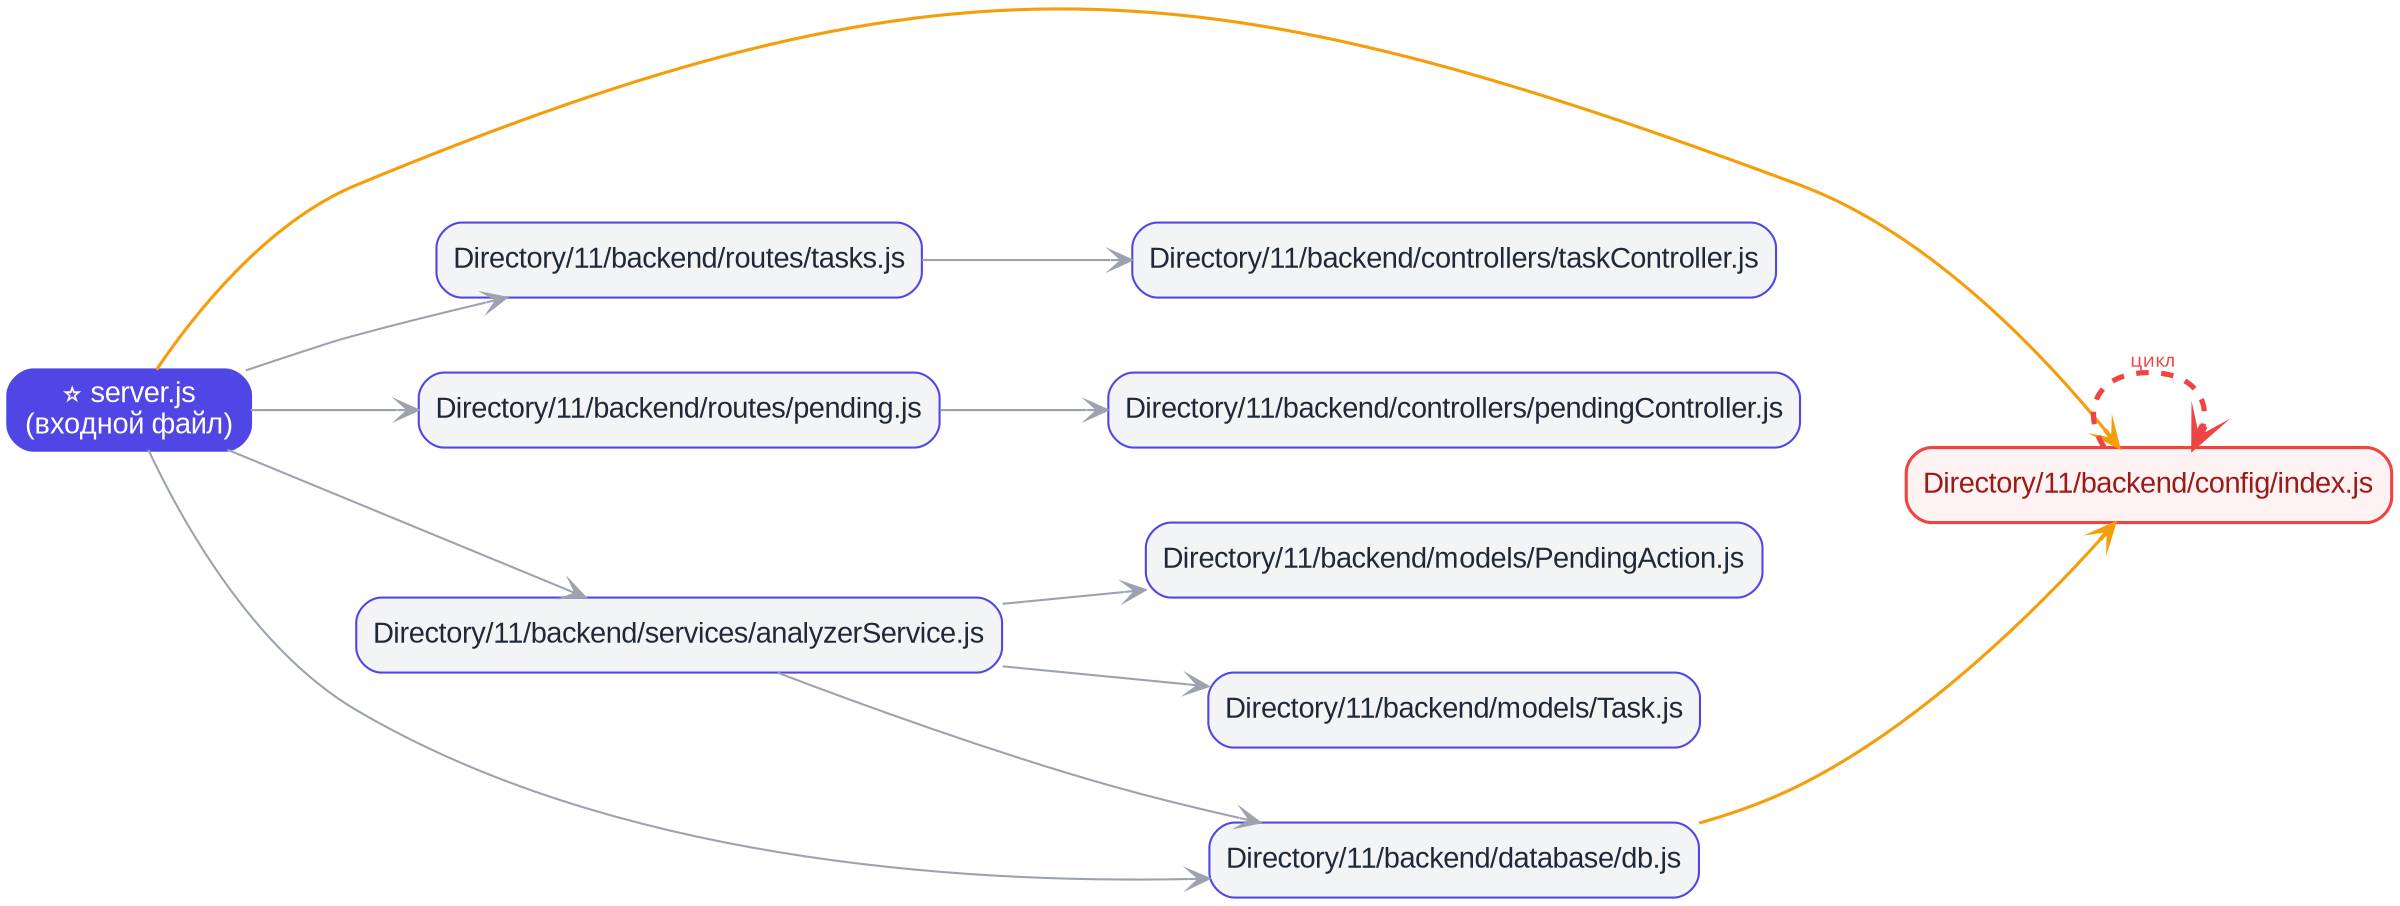
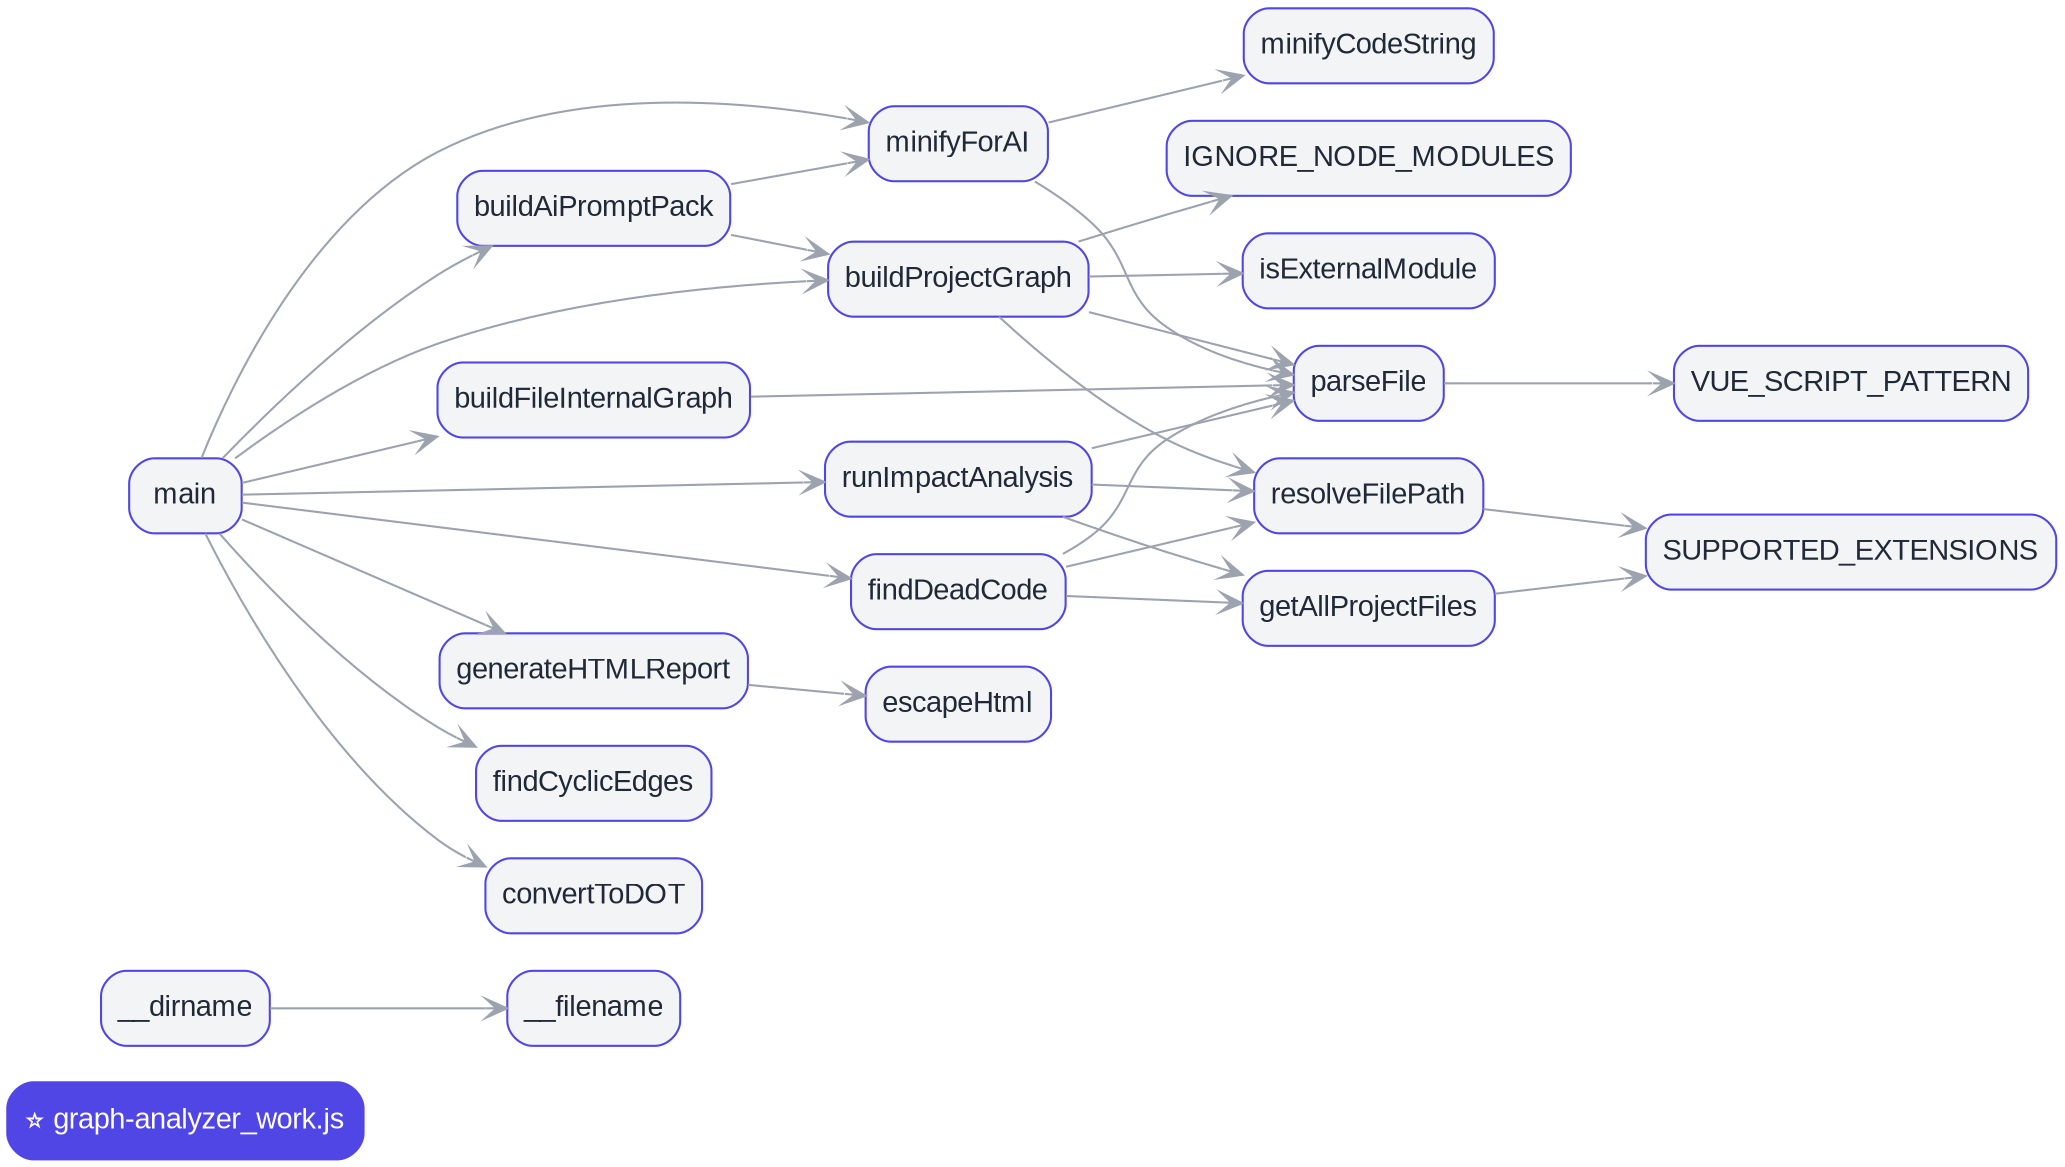
digraph "Dependency Graph" {
  rankdir=LR;
  splines=true;
-   nodesep=0.5;
-   ranksep=0.7;
-   node [shape=box, style="filled,rounded", color="#4f46e5", fontname="Segoe UI, Arial", fillcolor="#f3f4f6", fontcolor="#1f2937", penwidth=1];
+   node [shape=box, style="filled,rounded", color="#4f46e5", fontname="Arial", fillcolor="#f3f4f6", fontcolor="#1f2937", penwidth=1];
  edge [color="#9ca3af", arrowhead=vee, penwidth=1];
-   "Directory/11/backend/server.js" [fillcolor="#4f46e5", fontcolor="#ffffff", color="#4f46e5", style="filled,rounded", penwidth=2, label="⭐ server.js\n(входной файл)"];
-   "Directory/11/backend/config/index.js" [fillcolor="#fef2f2", color="#ef4444", fontcolor="#991b1b", penwidth=1.5, style="filled,rounded"];
-   "Directory/11/backend/server.js" -> "Directory/11/backend/config/index.js" [color="#f59e0b", penwidth=1.5, style="solid"];
-   "Directory/11/backend/server.js" -> "Directory/11/backend/routes/tasks.js";
-   "Directory/11/backend/server.js" -> "Directory/11/backend/routes/pending.js";
-   "Directory/11/backend/server.js" -> "Directory/11/backend/services/analyzerService.js";
-   "Directory/11/backend/server.js" -> "Directory/11/backend/database/db.js";
-   "Directory/11/backend/config/index.js" -> "Directory/11/backend/config/index.js" [color="#ef4444", penwidth=2.5, style="dashed,setlinewidth(2)", label="  цикл", fontcolor="#ef4444", fontsize="9", fontname="Segoe UI"];
-   "Directory/11/backend/routes/tasks.js" -> "Directory/11/backend/controllers/taskController.js";
-   "Directory/11/backend/routes/pending.js" -> "Directory/11/backend/controllers/pendingController.js";
-   "Directory/11/backend/services/analyzerService.js" -> "Directory/11/backend/models/Task.js";
-   "Directory/11/backend/services/analyzerService.js" -> "Directory/11/backend/models/PendingAction.js";
-   "Directory/11/backend/services/analyzerService.js" -> "Directory/11/backend/database/db.js";
-   "Directory/11/backend/database/db.js" -> "Directory/11/backend/config/index.js" [color="#f59e0b", penwidth=1.5, style="solid"];
+   "graph-analyzer_work.js" [fillcolor="#4f46e5", fontcolor="#ffffff", penwidth=2, label="⭐ graph-analyzer_work.js"];
+   "__dirname" -> "__filename";
+   "parseFile" -> "VUE_SCRIPT_PATTERN";
+   "resolveFilePath" -> "SUPPORTED_EXTENSIONS";
+   "getAllProjectFiles" -> "SUPPORTED_EXTENSIONS";
+   "minifyForAI" -> "parseFile";
+   "minifyForAI" -> "minifyCodeString";
+   "buildProjectGraph" -> "parseFile";
+   "buildProjectGraph" -> "IGNORE_NODE_MODULES";
+   "buildProjectGraph" -> "isExternalModule";
+   "buildProjectGraph" -> "resolveFilePath";
+   "buildFileInternalGraph" -> "parseFile";
+   "buildAiPromptPack" -> "buildProjectGraph";
+   "buildAiPromptPack" -> "minifyForAI";
+   "runImpactAnalysis" -> "getAllProjectFiles";
+   "runImpactAnalysis" -> "parseFile";
+   "runImpactAnalysis" -> "resolveFilePath";
+   "findDeadCode" -> "parseFile";
+   "findDeadCode" -> "getAllProjectFiles";
+   "findDeadCode" -> "resolveFilePath";
+   "generateHTMLReport" -> "escapeHtml";
+   "main" -> "findDeadCode";
+   "main" -> "runImpactAnalysis";
+   "main" -> "buildAiPromptPack";
+   "main" -> "minifyForAI";
+   "main" -> "buildFileInternalGraph";
+   "main" -> "buildProjectGraph";
+   "main" -> "findCyclicEdges";
+   "main" -> "convertToDOT";
+   "main" -> "generateHTMLReport";
}
